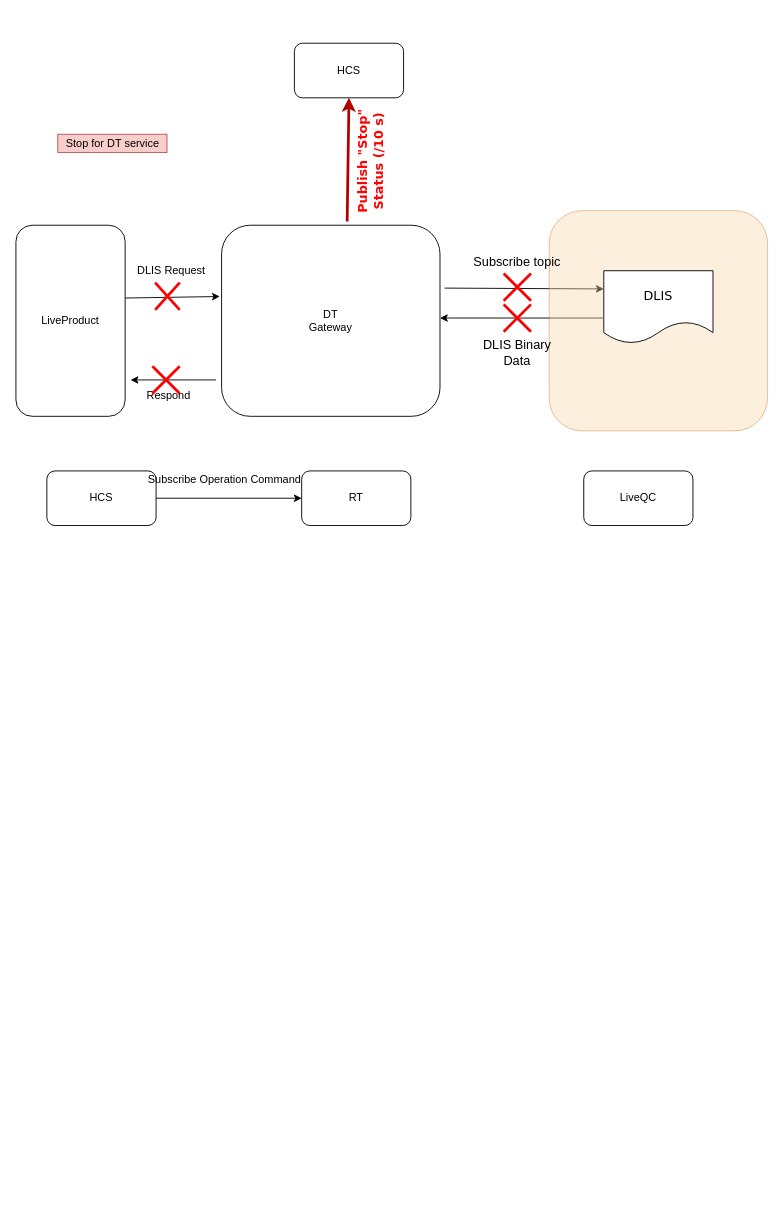
Before: Untitled Diagram.drawio in YYuan1414/API, a draw.io diagram. Source tidied: cells renumbered, new cells numbered last; positions are measured from the earlier drawing's top-left corner, leaving out a move shared by most shapes. Both pictures are drawn from the tidied source at 91%, with x=0, y=0 at pixel (15, 43).
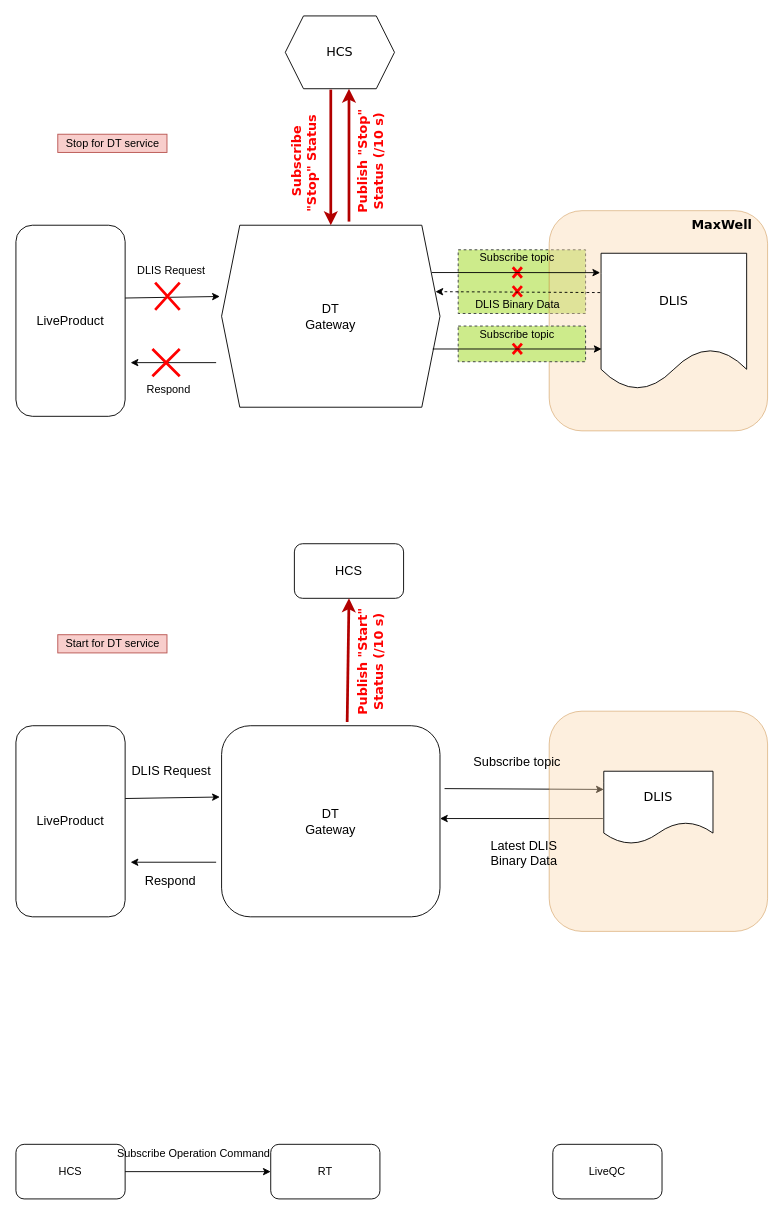
The same page after the edit.

What changed in the source:
```diff
@@
-    <mxCell id="2" style="endArrow=classic;html=1;strokeWidth=1;fontFamily=Verdana;fontSize=14;fontColor=#000000;entryX=0;entryY=0.25;entryDx=0;entryDy=0;exitX=1.021;exitY=0.329;exitDx=0;exitDy=0;exitPerimeter=0;" parent="1" edge="1" source="8" target="23">
-      <mxGeometry relative="1" as="geometry" />
-    </mxCell>
-    <mxCell id="3" style="endArrow=classic;html=1;strokeWidth=1;fontFamily=Verdana;fontSize=14;fontColor=#000000;entryX=1;entryY=0.5;entryDx=0;entryDy=0;" parent="1" edge="1">
-      <mxGeometry relative="1" as="geometry">
-        <mxPoint x="645" y="302" as="sourcePoint" />
-        <mxPoint x="466" y="302" as="targetPoint" />
-      </mxGeometry>
-    </mxCell>
+    <mxCell id="27" style="rounded=0;whiteSpace=wrap;html=1;labelBackgroundColor=none;strokeColor=#36393d;strokeWidth=1;fillColor=#cdeb8b;fontFamily=Verdana;fontSize=14;align=center;dashed=1;" parent="1" vertex="1">
+      <mxGeometry x="486" y="227" width="140" height="70" as="geometry" />
+    </mxCell>
-    <mxCell id="4" style="endArrow=classic;html=1;strokeWidth=1;fontFamily=Verdana;fontSize=14;fontColor=#000000;entryX=-0.008;entryY=0.373;entryDx=0;entryDy=0;entryPerimeter=0;" parent="1" edge="1" target="8">
+    <mxCell id="4" style="endArrow=classic;html=1;strokeWidth=1;fontFamily=Verdana;fontSize=14;fontColor=#000000;entryX=-0.008;entryY=0.373;entryDx=0;entryDy=0;entryPerimeter=0;" parent="1" edge="1">
       <mxGeometry relative="1" as="geometry">
         <mxPoint x="120" y="280" as="sourcePoint" />
+        <mxPoint x="224.1" y="278.3" as="targetPoint" />
       </mxGeometry>
     </mxCell>
-    <mxCell id="5" style="rounded=1;whiteSpace=wrap;html=1;fillColor=#fad7ac;strokeColor=#b46504;opacity=40;" parent="1" vertex="1">
+    <mxCell id="5" value="&lt;div style=&quot;text-align: justify&quot;&gt;&lt;/div&gt;" style="rounded=1;whiteSpace=wrap;html=1;fillColor=#fad7ac;strokeColor=#b46504;opacity=40;align=left;" parent="1" vertex="1">
       <mxGeometry x="586" y="184" width="240" height="242" as="geometry" />
     </mxCell>
-    <mxCell id="6" value="HCS" style="rounded=1;whiteSpace=wrap;html=1;" parent="1" vertex="1">
-      <mxGeometry x="306" width="120" height="60" as="geometry" />
-    </mxCell>
-    <mxCell id="7" value="LiveProduct" style="rounded=1;whiteSpace=wrap;html=1;" parent="1" vertex="1">
+    <mxCell id="7" value="LiveProduct" style="rounded=1;whiteSpace=wrap;html=1;fontSize=14;" parent="1" vertex="1">
       <mxGeometry y="200" width="120" height="210" as="geometry" />
     </mxCell>
-    <mxCell id="8" value="DT&lt;br&gt;Gateway" style="rounded=1;whiteSpace=wrap;html=1;" parent="1" vertex="1">
-      <mxGeometry x="226" y="200" width="240" height="210" as="geometry" />
-    </mxCell>
@@
     <mxCell id="10" value="HCS" style="rounded=1;whiteSpace=wrap;html=1;" parent="1" vertex="1">
-      <mxGeometry x="34" y="470" width="120" height="60" as="geometry" />
+      <mxGeometry y="1210" width="120" height="60" as="geometry" />
     </mxCell>
     <mxCell id="11" value="LiveQC" style="rounded=1;whiteSpace=wrap;html=1;" parent="1" vertex="1">
-      <mxGeometry x="624" y="470" width="120" height="60" as="geometry" />
+      <mxGeometry x="590" y="1210" width="120" height="60" as="geometry" />
     </mxCell>
     <mxCell id="12" value="RT" style="rounded=1;whiteSpace=wrap;html=1;" parent="1" vertex="1">
-      <mxGeometry x="314" y="470" width="120" height="60" as="geometry" />
+      <mxGeometry x="280" y="1210" width="120" height="60" as="geometry" />
     </mxCell>
@@
     <mxCell id="14" value="Subscribe Operation Command" style="text;html=1;align=center;verticalAlign=middle;" parent="1" vertex="1">
-      <mxGeometry x="139" y="470" width="180" height="20" as="geometry" />
+      <mxGeometry x="105" y="1210" width="180" height="20" as="geometry" />
     </mxCell>
@@
-    <mxCell id="16" value="Subscribe topic" style="text;html=1;strokeColor=none;fillColor=none;align=center;verticalAlign=middle;whiteSpace=wrap;rounded=0;rotation=0;fontSize=14;" parent="1" vertex="1">
-      <mxGeometry x="501" y="230" width="100" height="20" as="geometry" />
+    <mxCell id="16" value="Subscribe topic" style="text;html=1;strokeColor=none;fillColor=none;align=center;verticalAlign=middle;whiteSpace=wrap;rounded=0;rotation=0;fontSize=12;" parent="1" vertex="1">
+      <mxGeometry x="501" y="226.2" width="100" height="20" as="geometry" />
     </mxCell>
     <mxCell id="17" style="endArrow=classic;html=1;" parent="1" edge="1">
       <mxGeometry relative="1" as="geometry">
-        <mxPoint x="220" y="370" as="sourcePoint" />
-        <mxPoint x="126" y="370" as="targetPoint" />
+        <mxPoint x="220" y="351" as="sourcePoint" />
+        <mxPoint x="126" y="351" as="targetPoint" />
       </mxGeometry>
     </mxCell>
-    <mxCell id="18" style="shape=umlDestroy;whiteSpace=wrap;html=1;strokeWidth=3;strokeColor=#FF0000;direction=south;fillColor=none;" parent="1" vertex="1">
-      <mxGeometry x="536" y="253" width="30" height="30" as="geometry" />
-    </mxCell>
     <mxCell id="19" value="Respond" style="text;html=1;strokeColor=none;fillColor=none;align=center;verticalAlign=middle;whiteSpace=wrap;rounded=0;" parent="1" vertex="1">
-      <mxGeometry x="148" y="378" width="40" height="20" as="geometry" />
+      <mxGeometry x="148" y="371" width="40" height="20" as="geometry" />
     </mxCell>
-    <mxCell id="20" style="endArrow=classic;html=1;entryX=0.5;entryY=1;entryDx=0;entryDy=0;fillColor=#e51400;strokeColor=#B20000;strokeWidth=3;fontColor=#FF0000;exitX=0.575;exitY=-0.019;exitDx=0;exitDy=0;exitPerimeter=0;" parent="1" edge="1" source="8" target="6">
-      <mxGeometry relative="1" as="geometry" />
+    <mxCell id="20" style="endArrow=classic;html=1;fillColor=#e51400;strokeColor=#B20000;strokeWidth=3;fontColor=#FF0000;" parent="1" edge="1">
+      <mxGeometry relative="1" as="geometry">
+        <mxPoint x="366" y="196" as="sourcePoint" />
+        <mxPoint x="366" y="50" as="targetPoint" />
+      </mxGeometry>
     </mxCell>
@@
     <mxCell id="22" style="shape=umlDestroy;whiteSpace=wrap;html=1;strokeWidth=3;strokeColor=#FF0000;" parent="1" vertex="1">
-      <mxGeometry x="150" y="355" width="30" height="30" as="geometry" />
+      <mxGeometry x="150" y="336" width="30" height="30" as="geometry" />
     </mxCell>
     <mxCell id="23" value="DLIS" style="shape=document;whiteSpace=wrap;html=1;boundedLbl=1;fontFamily=Verdana;fontSize=14;" parent="1" vertex="1">
-      <mxGeometry x="646" y="250" width="120" height="80" as="geometry" />
+      <mxGeometry x="643" y="230.8" width="160" height="150" as="geometry" />
     </mxCell>
@@
-    <mxCell id="25" style="shape=umlDestroy;whiteSpace=wrap;html=1;strokeWidth=3;strokeColor=#FF0000;direction=south;" parent="1" vertex="1">
-      <mxGeometry x="536" y="287" width="30" height="30" as="geometry" />
-    </mxCell>
-    <mxCell id="26" value="DLIS Binary Data" style="text;html=1;strokeColor=none;fillColor=none;align=center;verticalAlign=middle;whiteSpace=wrap;rounded=0;rotation=0;fontSize=14;" parent="1" vertex="1">
-      <mxGeometry x="501" y="330" width="100" height="20" as="geometry" />
+    <mxCell id="26" value="DLIS Binary Data" style="text;html=1;strokeColor=none;fillColor=none;align=center;verticalAlign=middle;whiteSpace=wrap;rounded=0;rotation=0;fontSize=12;" parent="1" vertex="1">
+      <mxGeometry x="493.5" y="287" width="115" as="geometry" />
     </mxCell>
+    <mxCell id="28" style="endArrow=classic;html=1;strokeWidth=1;fontFamily=Verdana;fontSize=14;fontColor=#000000;entryX=0;entryY=0.25;entryDx=0;entryDy=0;exitX=1.021;exitY=0.329;exitDx=0;exitDy=0;exitPerimeter=0;" parent="1" edge="1" source="34" target="42">
+      <mxGeometry relative="1" as="geometry" />
+    </mxCell>
+    <mxCell id="29" style="endArrow=classic;html=1;strokeWidth=1;fontFamily=Verdana;fontSize=14;fontColor=#000000;entryX=1;entryY=0.5;entryDx=0;entryDy=0;" parent="1" edge="1">
+      <mxGeometry relative="1" as="geometry">
+        <mxPoint x="645" y="852" as="sourcePoint" />
+        <mxPoint x="466" y="852" as="targetPoint" />
+      </mxGeometry>
+    </mxCell>
+    <mxCell id="30" style="endArrow=classic;html=1;strokeWidth=1;fontFamily=Verdana;fontSize=14;fontColor=#000000;entryX=-0.008;entryY=0.373;entryDx=0;entryDy=0;entryPerimeter=0;" parent="1" edge="1" target="34">
+      <mxGeometry relative="1" as="geometry">
+        <mxPoint x="120" y="830" as="sourcePoint" />
+      </mxGeometry>
+    </mxCell>
+    <mxCell id="31" style="rounded=1;whiteSpace=wrap;html=1;fillColor=#fad7ac;strokeColor=#b46504;opacity=40;" parent="1" vertex="1">
+      <mxGeometry x="586" y="734" width="240" height="242" as="geometry" />
+    </mxCell>
+    <mxCell id="32" value="HCS" style="rounded=1;whiteSpace=wrap;html=1;fontSize=14;" parent="1" vertex="1">
+      <mxGeometry x="306" y="550" width="120" height="60" as="geometry" />
+    </mxCell>
+    <mxCell id="33" value="LiveProduct" style="rounded=1;whiteSpace=wrap;html=1;fontSize=14;" parent="1" vertex="1">
+      <mxGeometry y="750" width="120" height="210" as="geometry" />
+    </mxCell>
+    <mxCell id="34" value="DT&lt;br style=&quot;font-size: 14px;&quot;&gt;Gateway" style="rounded=1;whiteSpace=wrap;html=1;fontSize=14;" parent="1" vertex="1">
+      <mxGeometry x="226" y="750" width="240" height="210" as="geometry" />
+    </mxCell>
+    <mxCell id="35" value="Start for DT service" style="text;html=1;align=center;verticalAlign=middle;rotation=0;fillColor=#f8cecc;strokeColor=#b85450;" parent="1" vertex="1">
+      <mxGeometry x="46" y="650" width="120" height="20" as="geometry" />
+    </mxCell>
+    <mxCell id="36" value="DLIS Request" style="text;html=1;strokeColor=none;fillColor=none;align=center;verticalAlign=middle;whiteSpace=wrap;rounded=0;fontSize=14;" parent="1" vertex="1">
+      <mxGeometry x="126" y="790" width="90" height="20" as="geometry" />
+    </mxCell>
+    <mxCell id="37" value="Subscribe topic" style="text;html=1;strokeColor=none;fillColor=none;align=center;verticalAlign=middle;whiteSpace=wrap;rounded=0;rotation=0;fontSize=14;" parent="1" vertex="1">
+      <mxGeometry x="501" y="780" width="100" height="20" as="geometry" />
+    </mxCell>
+    <mxCell id="38" style="endArrow=classic;html=1;" parent="1" edge="1">
+      <mxGeometry relative="1" as="geometry">
+        <mxPoint x="220" y="900" as="sourcePoint" />
+        <mxPoint x="126" y="900" as="targetPoint" />
+      </mxGeometry>
+    </mxCell>
+    <mxCell id="39" value="Respond" style="text;html=1;strokeColor=none;fillColor=none;align=center;verticalAlign=middle;whiteSpace=wrap;rounded=0;fontSize=14;" parent="1" vertex="1">
+      <mxGeometry x="150" y="910" width="40" height="20" as="geometry" />
+    </mxCell>
+    <mxCell id="40" style="endArrow=classic;html=1;entryX=0.5;entryY=1;entryDx=0;entryDy=0;fillColor=#e51400;strokeColor=#B20000;strokeWidth=3;fontColor=#FF0000;exitX=0.575;exitY=-0.019;exitDx=0;exitDy=0;exitPerimeter=0;" parent="1" edge="1" source="34" target="32">
+      <mxGeometry relative="1" as="geometry" />
+    </mxCell>
+    <mxCell id="41" value="Publish &quot;Start&quot; Status (/10 s)" style="text;html=1;strokeColor=none;fillColor=none;align=center;verticalAlign=middle;whiteSpace=wrap;rounded=0;fontColor=#FF0000;rotation=-90;fontStyle=1;fontSize=14;fontFamily=Verdana;" parent="1" vertex="1">
+      <mxGeometry x="329" y="670" width="121.5" height="20" as="geometry" />
+    </mxCell>
+    <mxCell id="42" value="DLIS" style="shape=document;whiteSpace=wrap;html=1;boundedLbl=1;fontFamily=Verdana;fontSize=14;" parent="1" vertex="1">
+      <mxGeometry x="646" y="800" width="120" height="80" as="geometry" />
+    </mxCell>
+    <mxCell id="43" value="Latest DLIS Binary Data" style="text;html=1;strokeColor=none;fillColor=none;align=center;verticalAlign=middle;whiteSpace=wrap;rounded=0;rotation=0;fontSize=14;" parent="1" vertex="1">
+      <mxGeometry x="501" y="880" width="115" height="20" as="geometry" />
+    </mxCell>
+    <mxCell id="44" value="MaxWell" style="text;html=1;strokeColor=none;fillColor=none;align=center;verticalAlign=middle;whiteSpace=wrap;rounded=0;labelBackgroundColor=none;fontFamily=Verdana;fontSize=14;fontColor=#000000;opacity=40;fontStyle=1;" parent="1" vertex="1">
+      <mxGeometry x="756" y="190" width="40" height="20" as="geometry" />
+    </mxCell>
+    <mxCell id="45" value="&lt;span style=&quot;font-family: helvetica;&quot;&gt;DT&lt;/span&gt;&lt;br style=&quot;font-family: helvetica;&quot;&gt;&lt;span style=&quot;font-family: helvetica;&quot;&gt;Gateway&lt;/span&gt;" style="shape=hexagon;perimeter=hexagonPerimeter2;whiteSpace=wrap;html=1;fixedSize=1;labelBackgroundColor=none;strokeColor=#000000;fillColor=none;fontFamily=Verdana;fontSize=14;fontColor=#000000;align=center;strokeWidth=1;" parent="1" vertex="1">
+      <mxGeometry x="226" y="200" width="240" height="200" as="geometry" />
+    </mxCell>
+    <mxCell id="46" value="HCS" style="shape=hexagon;perimeter=hexagonPerimeter2;whiteSpace=wrap;html=1;fixedSize=1;labelBackgroundColor=none;strokeColor=#000000;strokeWidth=1;fillColor=none;fontFamily=Verdana;fontSize=14;fontColor=#000000;align=center;" parent="1" vertex="1">
+      <mxGeometry x="296" y="-30" width="120" height="80" as="geometry" />
+    </mxCell>
+    <mxCell id="47" style="endArrow=classic;html=1;fillColor=#e51400;strokeColor=#B20000;strokeWidth=3;fontColor=#FF0000;entryX=0.5;entryY=0;entryDx=0;entryDy=0;" parent="1" edge="1" target="45">
+      <mxGeometry relative="1" as="geometry">
+        <mxPoint x="346" y="51" as="sourcePoint" />
+      </mxGeometry>
+    </mxCell>
+    <mxCell id="48" value="Subscribe &quot;Stop&quot; Status&amp;nbsp;" style="text;html=1;strokeColor=none;fillColor=none;align=center;verticalAlign=middle;whiteSpace=wrap;rounded=0;fontColor=#FF0000;rotation=-90;fontStyle=1;fontSize=14;fontFamily=Verdana;" parent="1" vertex="1">
+      <mxGeometry x="256" y="120" width="121.5" height="20" as="geometry" />
+    </mxCell>
+    <mxCell id="49" style="shape=umlDestroy;whiteSpace=wrap;html=1;strokeWidth=3;strokeColor=#FF0000;direction=south;fillColor=none;" parent="1" vertex="1">
+      <mxGeometry x="546" y="267" width="10" height="11.5" as="geometry" />
+    </mxCell>
+    <mxCell id="50" style="shape=umlDestroy;whiteSpace=wrap;html=1;strokeWidth=3;strokeColor=#FF0000;direction=south;fillColor=none;" parent="1" vertex="1">
+      <mxGeometry x="546" y="246.2" width="10" height="11.5" as="geometry" />
+    </mxCell>
+    <mxCell id="51" style="rounded=0;whiteSpace=wrap;html=1;labelBackgroundColor=none;strokeColor=#36393d;strokeWidth=1;fillColor=#cdeb8b;fontFamily=Verdana;fontSize=14;align=center;dashed=1;" parent="1" vertex="1">
+      <mxGeometry x="486" y="310.8" width="140" height="39.2" as="geometry" />
+    </mxCell>
+    <mxCell id="52" value="Subscribe topic" style="text;html=1;strokeColor=none;fillColor=none;align=center;verticalAlign=middle;whiteSpace=wrap;rounded=0;rotation=0;fontSize=12;" parent="1" vertex="1">
+      <mxGeometry x="501" y="310" width="100" height="20" as="geometry" />
+    </mxCell>
+    <mxCell id="53" style="shape=umlDestroy;whiteSpace=wrap;html=1;strokeWidth=3;strokeColor=#FF0000;direction=south;fillColor=none;" parent="1" vertex="1">
+      <mxGeometry x="546" y="330" width="10" height="11.5" as="geometry" />
+    </mxCell>
+    <mxCell id="54" style="endArrow=classic;html=1;dashed=1;strokeWidth=1;fontFamily=Verdana;fontSize=12;fontColor=#000000;exitX=-0.006;exitY=0.315;exitDx=0;exitDy=0;exitPerimeter=0;entryX=0.979;entryY=0.385;entryDx=0;entryDy=0;entryPerimeter=0;" parent="1" edge="1">
+      <mxGeometry relative="1" as="geometry">
+        <mxPoint x="642" y="274" as="sourcePoint" />
+        <mxPoint x="461" y="273" as="targetPoint" />
+      </mxGeometry>
+    </mxCell>
+    <mxCell id="55" style="endArrow=classic;html=1;strokeWidth=1;fontFamily=Verdana;fontSize=12;fontColor=#000000;entryX=-0.006;entryY=0.142;entryDx=0;entryDy=0;entryPerimeter=0;" parent="1" edge="1" target="23">
+      <mxGeometry relative="1" as="geometry">
+        <mxPoint x="457" y="252" as="sourcePoint" />
+      </mxGeometry>
+    </mxCell>
+    <mxCell id="56" style="endArrow=classic;html=1;strokeWidth=1;fontFamily=Verdana;fontSize=12;fontColor=#000000;entryX=-0.006;entryY=0.142;entryDx=0;entryDy=0;entryPerimeter=0;" parent="1" edge="1">
+      <mxGeometry relative="1" as="geometry">
+        <mxPoint x="458" y="336" as="sourcePoint" />
+        <mxPoint x="643.6" y="336" as="targetPoint" />
+      </mxGeometry>
+    </mxCell>
```
